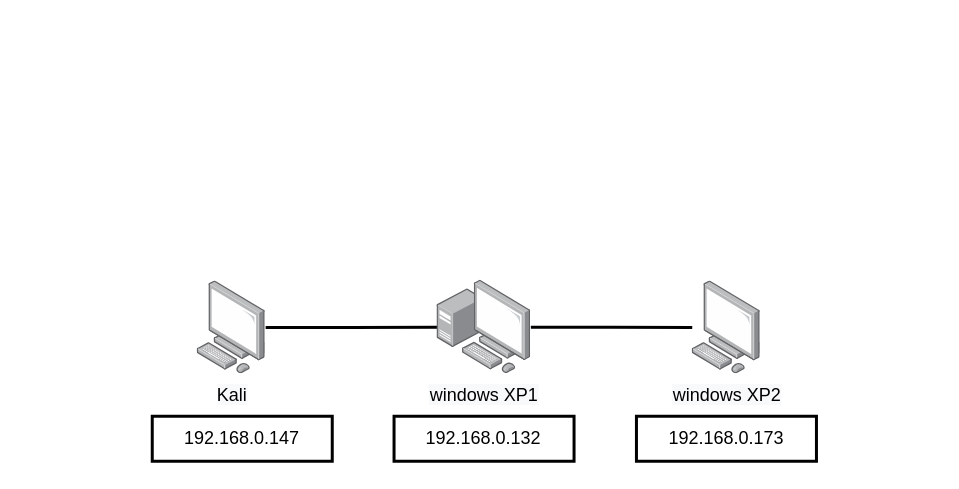
Before: net1.drawio in zixijuns/softwareProject-of-Document, a draw.io diagram. Source tidied: cells renumbered, new cells numbered last; positions are measured from the earlier drawing's top-left corner, leaving out a move shared by most shapes. Both pictures are drawn from the tidied source at 150%, with x=0, y=0 at pixel (152, 279).
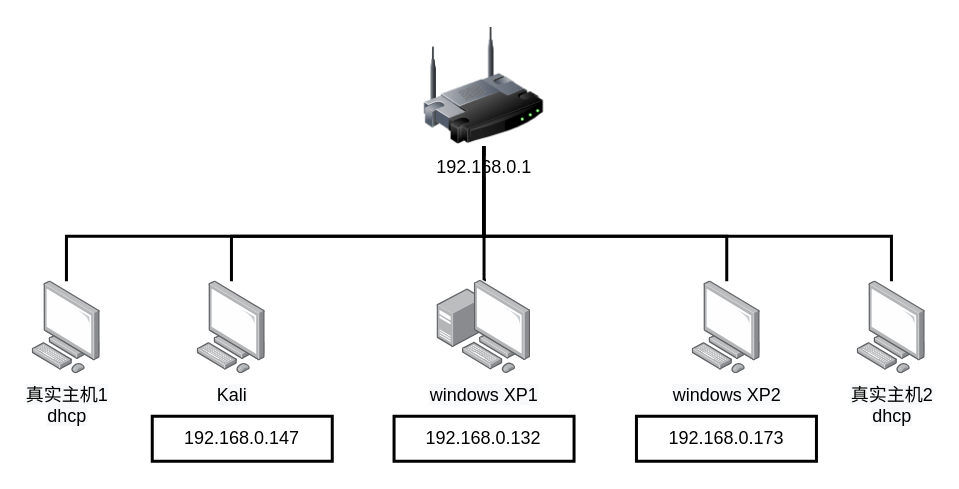
The same page after the edit.

Unchanged cells that the change refers to:
```xml
<mxCell id="4" value="&lt;span style=&quot;background-color: rgb(248 , 249 , 250)&quot;&gt;Kali&lt;/span&gt;" style="points=[];html=1;align=center;shadow=0;dashed=0;image;image=img/lib/allied_telesis/computer_and_terminals/Personal_Computer.svg;fillColor=#F20F2D;strokeWidth=2;" parent="1" vertex="1">
  <mxGeometry x="30" y="1" width="45.6" height="61.8" as="geometry" />
</mxCell>
<mxCell id="5" value="&lt;span style=&quot;background-color: rgb(248 , 249 , 250)&quot;&gt;windows XP2&lt;/span&gt;" style="points=[];html=1;align=center;shadow=0;dashed=0;image;image=img/lib/allied_telesis/computer_and_terminals/Personal_Computer.svg;fillColor=#F20F2D;strokeWidth=2;" parent="1" vertex="1">
  <mxGeometry x="360" y="1" width="45.6" height="61.8" as="geometry" />
</mxCell>
```

The edit, as a diff of the source:
```diff
@@
-    <mxCell id="2" style="edgeStyle=orthogonalEdgeStyle;rounded=0;jettySize=auto;html=1;endArrow=none;endFill=0;strokeWidth=2;" parent="1" edge="1" source="4" target="6">
-      <mxGeometry relative="1" as="geometry" />
-    </mxCell>
-    <mxCell id="3" style="edgeStyle=orthogonalEdgeStyle;rounded=0;jettySize=auto;html=1;endArrow=none;endFill=0;strokeWidth=2;" parent="1" edge="1" source="6" target="5">
-      <mxGeometry relative="1" as="geometry" />
+    <mxCell id="3" style="edgeStyle=orthogonalEdgeStyle;rounded=0;jettySize=auto;html=1;endArrow=none;endFill=0;strokeWidth=2;exitX=0.5;exitY=1;exitDx=0;exitDy=0;" parent="1" edge="1" source="10" target="5">
+      <mxGeometry relative="1" as="geometry">
+        <Array as="points">
+          <mxPoint x="221" y="-29" />
+          <mxPoint x="383" y="-29" />
+        </Array>
+      </mxGeometry>
     </mxCell>
@@
-    <mxCell id="6" value="&lt;span style=&quot;background-color: rgb(248 , 249 , 250)&quot;&gt;windows XP1&lt;/span&gt;" style="points=[];html=1;align=center;shadow=0;dashed=0;image;image=img/lib/allied_telesis/computer_and_terminals/Personal_Computer_with_Server.svg;fillColor=#F20F2D;strokeWidth=2;" parent="1" vertex="1">
-      <mxGeometry x="190" y="0.4" width="62.4" height="62.4" as="geometry" />
-    </mxCell>
@@
+    <mxCell id="10" value="192.168.0.1" style="image;html=1;image=img/lib/clip_art/networking/Wireless_Router_128x128.png;" parent="1" vertex="1">
+      <mxGeometry x="181.2" y="-169" width="80" height="80" as="geometry" />
+    </mxCell>
+    <mxCell id="11" value="&lt;span style=&quot;background-color: rgb(248 , 249 , 250)&quot;&gt;真实主机2&lt;br&gt;dhcp&lt;br&gt;&lt;/span&gt;" style="points=[];html=1;align=center;shadow=0;dashed=0;image;image=img/lib/allied_telesis/computer_and_terminals/Personal_Computer.svg;fillColor=#F20F2D;strokeWidth=2;" parent="1" vertex="1">
+      <mxGeometry x="470" y="1" width="45.6" height="61.8" as="geometry" />
+    </mxCell>
+    <mxCell id="12" value="&lt;span style=&quot;background-color: rgb(248 , 249 , 250)&quot;&gt;真实主机1&lt;br&gt;dhcp&lt;br&gt;&lt;/span&gt;" style="points=[];html=1;align=center;shadow=0;dashed=0;image;image=img/lib/allied_telesis/computer_and_terminals/Personal_Computer.svg;fillColor=#F20F2D;strokeWidth=2;" parent="1" vertex="1">
+      <mxGeometry x="-80" y="1" width="45.6" height="61.8" as="geometry" />
+    </mxCell>
+    <mxCell id="13" style="edgeStyle=orthogonalEdgeStyle;rounded=0;jettySize=auto;html=1;endArrow=none;endFill=0;strokeWidth=2;" parent="1" edge="1" source="12" target="10">
+      <mxGeometry relative="1" as="geometry">
+        <Array as="points">
+          <mxPoint x="-57" y="-29" />
+          <mxPoint x="221" y="-29" />
+        </Array>
+      </mxGeometry>
+    </mxCell>
+    <mxCell id="14" style="edgeStyle=orthogonalEdgeStyle;rounded=0;jettySize=auto;html=1;endArrow=none;endFill=0;strokeWidth=2;" parent="1" edge="1" source="4" target="10">
+      <mxGeometry relative="1" as="geometry">
+        <Array as="points">
+          <mxPoint x="53" y="-29" />
+          <mxPoint x="221" y="-29" />
+        </Array>
+      </mxGeometry>
+    </mxCell>
+    <mxCell id="15" style="edgeStyle=orthogonalEdgeStyle;rounded=0;jettySize=auto;html=1;endArrow=none;endFill=0;strokeWidth=2;" parent="1" edge="1" source="11" target="10">
+      <mxGeometry relative="1" as="geometry">
+        <Array as="points">
+          <mxPoint x="493" y="-29" />
+          <mxPoint x="221" y="-29" />
+        </Array>
+      </mxGeometry>
+    </mxCell>
+    <mxCell id="16" style="endArrow=none;html=1;rounded=0;entryX=0.5;entryY=1;entryDx=0;entryDy=0;startArrow=none;strokeWidth=2;" parent="1" edge="1" source="6" target="10">
+      <mxGeometry relative="1" as="geometry" />
+    </mxCell>
+    <mxCell id="6" value="&lt;span style=&quot;background-color: rgb(248 , 249 , 250)&quot;&gt;windows XP1&lt;/span&gt;" style="points=[];html=1;align=center;shadow=0;dashed=0;image;image=img/lib/allied_telesis/computer_and_terminals/Personal_Computer_with_Server.svg;fillColor=#F20F2D;strokeWidth=2;" parent="1" vertex="1">
+      <mxGeometry x="190" y="0.4" width="62.4" height="62.4" as="geometry" />
+    </mxCell>
+    <mxCell id="17" style="endArrow=none;html=1;rounded=0;exitX=0.509;exitY=-0.017;exitDx=0;exitDy=0;exitPerimeter=0;" parent="1" edge="1" source="6">
+      <mxGeometry relative="1" as="geometry">
+        <mxPoint x="222" y="1" as="targetPoint" />
+      </mxGeometry>
+    </mxCell>
```
